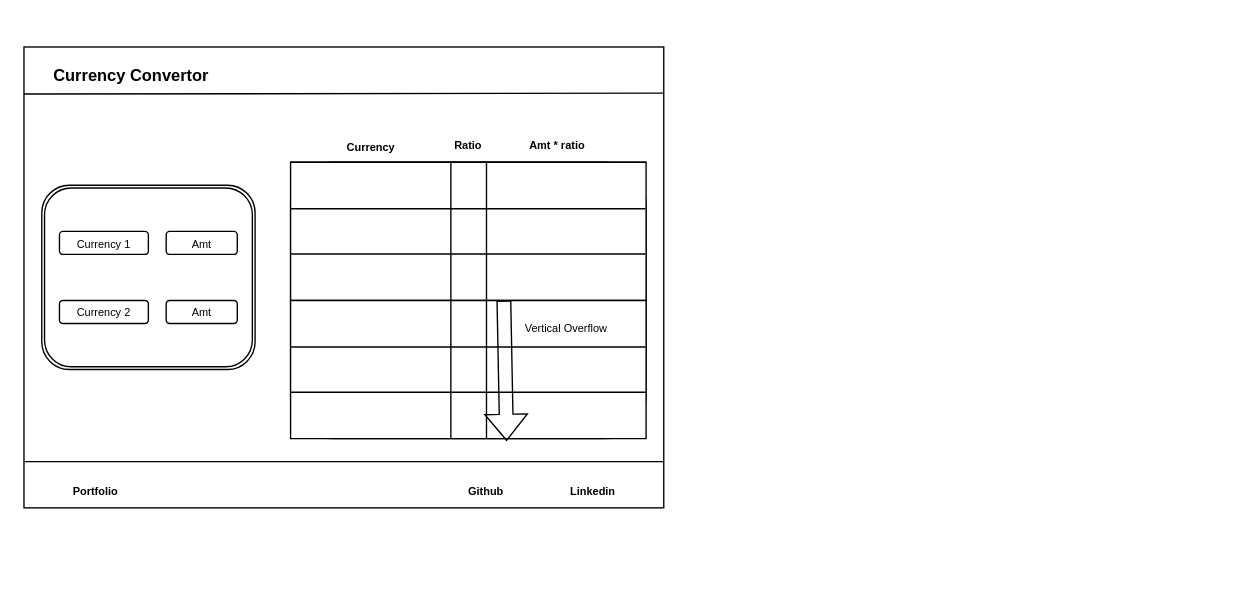
Earlier version of the draw.io diagram currency-convertor.drawio (sydg1t/currency-convertor). Source tidied: cells renumbered, new cells numbered last; positions are measured from the earlier drawing's top-left corner, leaving out a move shared by most shapes. Both pictures are drawn from the tidied source at 137%, with x=0, y=0 at pixel (23, 23).
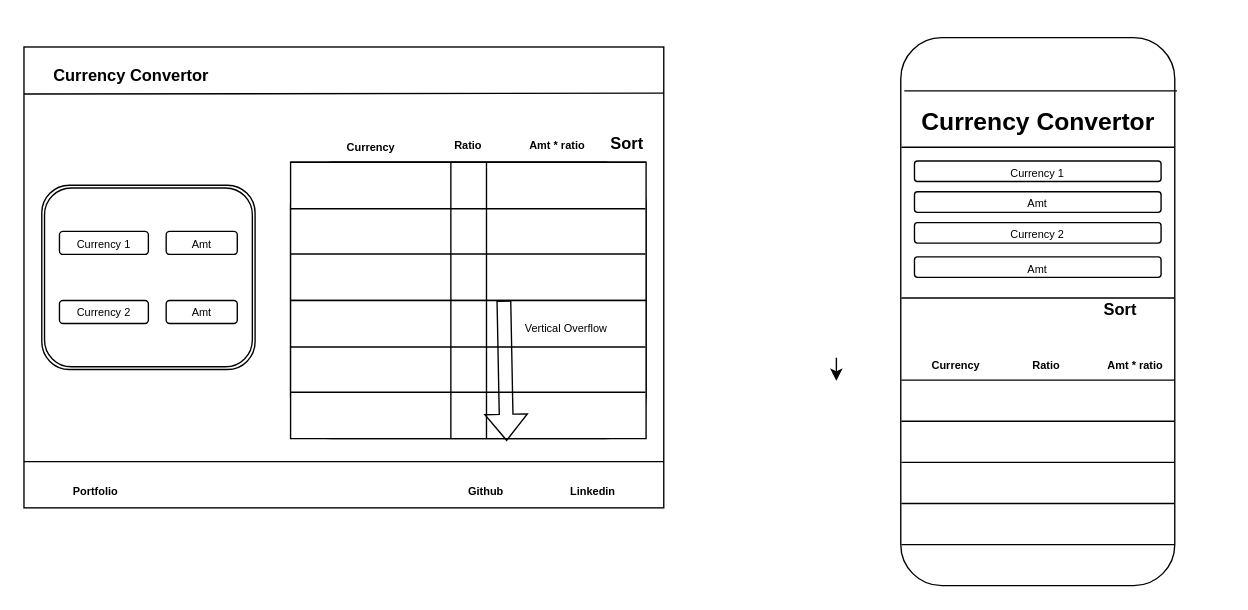
The same page after the edit.

Change to the diagram source:
```diff
@@
     <mxCell id="2" style="group;" parent="1" vertex="1">
-      <mxGeometry width="480" height="370" as="geometry" />
+      <mxGeometry width="520" height="370" as="geometry" />
     </mxCell>
@@
+    <mxCell id="47" value="&lt;font style=&quot;font-size: 12px;&quot;&gt;Sort&lt;/font&gt;" style="text;strokeColor=none;fillColor=none;html=1;fontSize=24;fontStyle=1;verticalAlign=middle;align=center;" parent="2" vertex="1">
+      <mxGeometry x="390" y="64.1" width="100" height="40" as="geometry" />
+    </mxCell>
+    <mxCell id="48" style="rounded=1;whiteSpace=wrap;html=1;rotation=-90;" parent="1" vertex="1">
+      <mxGeometry x="540" y="110" width="400" height="200" as="geometry" />
+    </mxCell>
+    <mxCell id="49" style="endArrow=none;html=1;rounded=0;entryX=0.903;entryY=1.008;entryDx=0;entryDy=0;entryPerimeter=0;exitX=0.903;exitY=0.013;exitDx=0;exitDy=0;exitPerimeter=0;" parent="1" edge="1" source="48" target="48">
+      <mxGeometry relative="1" as="geometry" />
+    </mxCell>
+    <mxCell id="50" style="endArrow=none;html=1;rounded=0;entryX=0.903;entryY=1.008;entryDx=0;entryDy=0;entryPerimeter=0;exitX=0.903;exitY=0.013;exitDx=0;exitDy=0;exitPerimeter=0;" parent="1" edge="1">
+      <mxGeometry relative="1" as="geometry">
+        <mxPoint x="640.5" y="90" as="sourcePoint" />
+        <mxPoint x="839.5" y="90" as="targetPoint" />
+      </mxGeometry>
+    </mxCell>
+    <mxCell id="51" value="&lt;font style=&quot;font-size: 18px;&quot;&gt;Currency Convertor&lt;/font&gt;" style="text;strokeColor=none;fillColor=none;html=1;fontSize=24;fontStyle=1;verticalAlign=middle;align=center;" parent="1" vertex="1">
+      <mxGeometry x="690" y="50" width="100" height="40" as="geometry" />
+    </mxCell>
+    <mxCell id="52" value="&lt;font style=&quot;font-size: 12px;&quot;&gt;Sort&lt;/font&gt;" style="text;strokeColor=none;fillColor=none;html=1;fontSize=24;fontStyle=1;verticalAlign=middle;align=center;" parent="1" vertex="1">
+      <mxGeometry x="750" y="185" width="100" height="40" as="geometry" />
+    </mxCell>
+    <mxCell id="53" style="group;" parent="1" vertex="1">
+      <mxGeometry x="650" y="100" width="180" height="60" as="geometry" />
+    </mxCell>
+    <mxCell id="54" value="&lt;font style=&quot;font-size: 8px;&quot;&gt;Currency 2&lt;br&gt;&lt;/font&gt;" style="rounded=1;whiteSpace=wrap;html=1;" parent="53" vertex="1">
+      <mxGeometry y="45" width="180" height="15" as="geometry" />
+    </mxCell>
+    <mxCell id="55" value="&lt;font style=&quot;font-size: 8px;&quot;&gt;Currency 1&lt;/font&gt;" style="rounded=1;whiteSpace=wrap;html=1;" parent="53" vertex="1">
+      <mxGeometry width="180" height="15" as="geometry" />
+    </mxCell>
+    <mxCell id="56" value="&lt;font style=&quot;font-size: 8px;&quot;&gt;Amt&lt;/font&gt;" style="rounded=1;whiteSpace=wrap;html=1;" parent="53" vertex="1">
+      <mxGeometry y="22.5" width="180" height="15" as="geometry" />
+    </mxCell>
+    <mxCell id="57" value="&lt;font style=&quot;font-size: 8px;&quot;&gt;Amt&lt;/font&gt;" style="rounded=1;whiteSpace=wrap;html=1;" parent="1" vertex="1">
+      <mxGeometry x="650" y="170" width="180" height="15" as="geometry" />
+    </mxCell>
+    <mxCell id="58" style="endArrow=none;html=1;rounded=0;entryX=0.903;entryY=1.008;entryDx=0;entryDy=0;entryPerimeter=0;exitX=0.903;exitY=0.013;exitDx=0;exitDy=0;exitPerimeter=0;" parent="1" edge="1">
+      <mxGeometry relative="1" as="geometry">
+        <mxPoint x="640.5" y="200" as="sourcePoint" />
+        <mxPoint x="839.5" y="200" as="targetPoint" />
+      </mxGeometry>
+    </mxCell>
+    <mxCell id="59" style="endArrow=none;html=1;rounded=0;entryX=0.903;entryY=1.008;entryDx=0;entryDy=0;entryPerimeter=0;exitX=0.903;exitY=0.013;exitDx=0;exitDy=0;exitPerimeter=0;" parent="1" edge="1">
+      <mxGeometry relative="1" as="geometry">
+        <mxPoint x="640.5" y="260" as="sourcePoint" />
+        <mxPoint x="839.5" y="260" as="targetPoint" />
+      </mxGeometry>
+    </mxCell>
+    <mxCell id="60" style="endArrow=none;html=1;rounded=0;entryX=0.903;entryY=1.008;entryDx=0;entryDy=0;entryPerimeter=0;exitX=0.903;exitY=0.013;exitDx=0;exitDy=0;exitPerimeter=0;" parent="1" edge="1">
+      <mxGeometry relative="1" as="geometry">
+        <mxPoint x="640.5" y="290" as="sourcePoint" />
+        <mxPoint x="839.5" y="290" as="targetPoint" />
+      </mxGeometry>
+    </mxCell>
+    <mxCell id="61" style="endArrow=none;html=1;rounded=0;entryX=0.903;entryY=1.008;entryDx=0;entryDy=0;entryPerimeter=0;exitX=0.903;exitY=0.013;exitDx=0;exitDy=0;exitPerimeter=0;" parent="1" edge="1">
+      <mxGeometry relative="1" as="geometry">
+        <mxPoint x="640.5" y="320" as="sourcePoint" />
+        <mxPoint x="839.5" y="320" as="targetPoint" />
+      </mxGeometry>
+    </mxCell>
+    <mxCell id="62" style="endArrow=none;html=1;rounded=0;entryX=0.903;entryY=1.008;entryDx=0;entryDy=0;entryPerimeter=0;exitX=0.903;exitY=0.013;exitDx=0;exitDy=0;exitPerimeter=0;" parent="1" edge="1">
+      <mxGeometry relative="1" as="geometry">
+        <mxPoint x="640.5" y="350" as="sourcePoint" />
+        <mxPoint x="839.5" y="350" as="targetPoint" />
+      </mxGeometry>
+    </mxCell>
+    <mxCell id="63" style="endArrow=none;html=1;rounded=0;entryX=0.903;entryY=1.008;entryDx=0;entryDy=0;entryPerimeter=0;exitX=0.903;exitY=0.013;exitDx=0;exitDy=0;exitPerimeter=0;" parent="1" edge="1">
+      <mxGeometry relative="1" as="geometry">
+        <mxPoint x="640.5" y="380" as="sourcePoint" />
+        <mxPoint x="839.5" y="380" as="targetPoint" />
+      </mxGeometry>
+    </mxCell>
+    <mxCell id="64" style="edgeStyle=orthogonalEdgeStyle;rounded=0;orthogonalLoop=1;jettySize=auto;html=1;" parent="1" edge="1">
+      <mxGeometry relative="1" as="geometry">
+        <mxPoint x="593" y="243.6" as="sourcePoint" />
+        <mxPoint x="593" y="260.5" as="targetPoint" />
+      </mxGeometry>
+    </mxCell>
+    <mxCell id="65" value="&lt;font style=&quot;font-size: 8px;&quot;&gt;Amt * ratio&lt;/font&gt;" style="text;strokeColor=none;fillColor=none;html=1;fontSize=24;fontStyle=1;verticalAlign=middle;align=center;" parent="1" vertex="1">
+      <mxGeometry x="745.9" y="210" width="129.7" height="67.3" as="geometry" />
+    </mxCell>
+    <mxCell id="66" value="&lt;font style=&quot;font-size: 8px;&quot;&gt;Ratio&lt;/font&gt;" style="text;strokeColor=none;fillColor=none;html=1;fontSize=24;fontStyle=1;verticalAlign=middle;align=center;" parent="1" vertex="1">
+      <mxGeometry x="720" y="226.8" width="51.9" height="33.6" as="geometry" />
+    </mxCell>
+    <mxCell id="67" value="&lt;font style=&quot;font-size: 8px;&quot;&gt;Currency&lt;/font&gt;" style="text;strokeColor=none;fillColor=none;html=1;fontSize=24;fontStyle=1;verticalAlign=middle;align=center;" parent="1" vertex="1">
+      <mxGeometry x="630" y="223.6" width="100" height="40" as="geometry" />
+    </mxCell>
```
